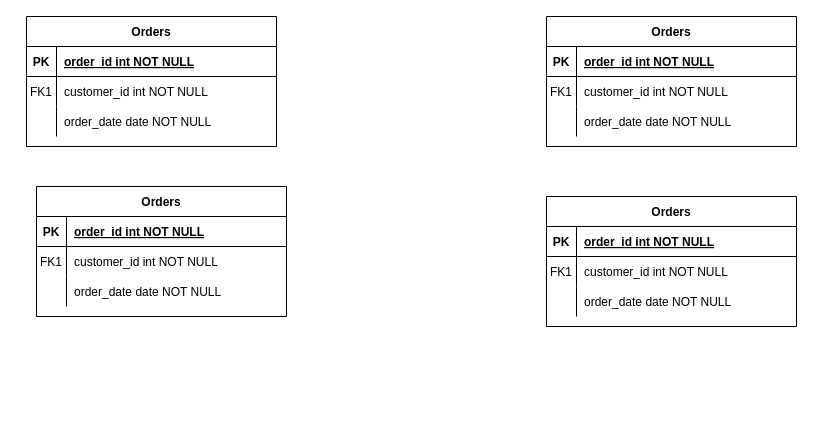
Before: Untitled Diagram.drawio in 1830443/1830443.github.io, a draw.io diagram. Source tidied: cells renumbered, new cells numbered last; positions are measured from the earlier drawing's top-left corner, leaving out a move shared by most shapes. Both pictures are drawn from the tidied source at 100%, with x=0, y=0 at pixel (26, 16).
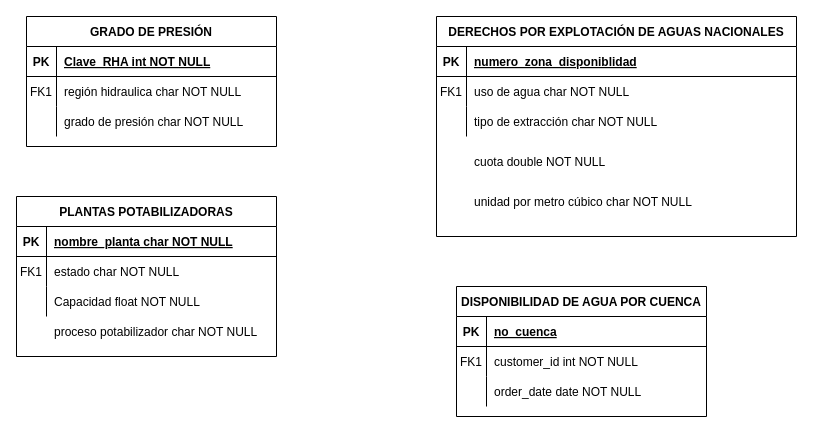
The same diagram, later.

Unchanged cells that the change refers to:
```xml
<mxCell id="3" style="shape=partialRectangle;fillColor=none;top=0;left=0;right=0;bottom=1;" parent="2" vertex="1">
  <mxGeometry y="30" width="250" height="30" as="geometry" />
</mxCell>
<mxCell id="6" style="shape=partialRectangle;fillColor=none;top=0;left=0;right=0;bottom=0;" parent="2" vertex="1">
  <mxGeometry y="60" width="250" height="30" as="geometry" />
</mxCell>
<mxCell id="9" style="shape=partialRectangle;fillColor=none;top=0;left=0;right=0;bottom=0;" parent="2" vertex="1">
  <mxGeometry y="90" width="250" height="30" as="geometry" />
</mxCell>
<mxCell id="23" style="shape=partialRectangle;fillColor=none;top=0;left=0;right=0;bottom=1;" parent="22" vertex="1">
  <mxGeometry y="30" width="250" height="30" as="geometry" />
</mxCell>
```

The edit, as a diff of the source:
```diff
@@
-    <mxCell id="2" value="Orders" style="shape=table;startSize=30;childLayout=tableLayout;rowLines=0;fontStyle=1;align=center;" parent="1" vertex="1">
+    <mxCell id="2" value="GRADO DE PRESIÓN" style="shape=table;startSize=30;childLayout=tableLayout;rowLines=0;fontStyle=1;align=center;" parent="1" vertex="1">
       <mxGeometry width="250" height="130" as="geometry" />
     </mxCell>
@@
-    <mxCell id="5" value="order_id int NOT NULL " style="shape=partialRectangle;overflow=hidden;fillColor=none;top=0;left=0;bottom=0;right=0;align=left;spacingLeft=6;fontStyle=5;" parent="3" vertex="1">
+    <mxCell id="5" value="Clave_RHA int NOT NULL" style="shape=partialRectangle;overflow=hidden;fillColor=none;top=0;left=0;bottom=0;right=0;align=left;spacingLeft=6;fontStyle=5;" parent="3" vertex="1">
       <mxGeometry x="30" width="220" height="30" as="geometry" />
     </mxCell>
@@
-    <mxCell id="8" value="customer_id int NOT NULL" style="shape=partialRectangle;overflow=hidden;fillColor=none;top=0;left=0;bottom=0;right=0;align=left;spacingLeft=6;" parent="6" vertex="1">
+    <mxCell id="8" value="región hidraulica char NOT NULL" style="shape=partialRectangle;overflow=hidden;fillColor=none;top=0;left=0;bottom=0;right=0;align=left;spacingLeft=6;" parent="6" vertex="1">
       <mxGeometry x="30" width="220" height="30" as="geometry" />
     </mxCell>
@@
-    <mxCell id="11" value="order_date date NOT NULL" style="shape=partialRectangle;overflow=hidden;fillColor=none;top=0;left=0;bottom=0;right=0;align=left;spacingLeft=6;" parent="9" vertex="1">
+    <mxCell id="11" value="grado de presión char NOT NULL" style="shape=partialRectangle;overflow=hidden;fillColor=none;top=0;left=0;bottom=0;right=0;align=left;spacingLeft=6;" parent="9" vertex="1">
       <mxGeometry x="30" width="220" height="30" as="geometry" />
     </mxCell>
-    <mxCell id="12" value="Orders" style="shape=table;startSize=30;childLayout=tableLayout;rowLines=0;fontStyle=1;align=center;" parent="1" vertex="1">
-      <mxGeometry x="10" y="170" width="250" height="130" as="geometry" />
+    <mxCell id="12" value="PLANTAS POTABILIZADORAS" style="shape=table;startSize=30;childLayout=tableLayout;rowLines=0;fontStyle=1;align=center;" parent="1" vertex="1">
+      <mxGeometry x="-10" y="180" width="260" height="160" as="geometry" />
     </mxCell>
     <mxCell id="13" style="shape=partialRectangle;fillColor=none;top=0;left=0;right=0;bottom=1;" parent="12" vertex="1">
-      <mxGeometry y="30" width="250" height="30" as="geometry" />
+      <mxGeometry y="30" width="260" height="30" as="geometry" />
     </mxCell>
@@
-    <mxCell id="15" value="order_id int NOT NULL " style="shape=partialRectangle;overflow=hidden;fillColor=none;top=0;left=0;bottom=0;right=0;align=left;spacingLeft=6;fontStyle=5;" parent="13" vertex="1">
-      <mxGeometry x="30" width="220" height="30" as="geometry" />
+    <mxCell id="15" value="nombre_planta char NOT NULL" style="shape=partialRectangle;overflow=hidden;fillColor=none;top=0;left=0;bottom=0;right=0;align=left;spacingLeft=6;fontStyle=5;" parent="13" vertex="1">
+      <mxGeometry x="30" width="230" height="30" as="geometry" />
     </mxCell>
     <mxCell id="16" style="shape=partialRectangle;fillColor=none;top=0;left=0;right=0;bottom=0;" parent="12" vertex="1">
-      <mxGeometry y="60" width="250" height="30" as="geometry" />
+      <mxGeometry y="60" width="260" height="30" as="geometry" />
     </mxCell>
@@
-    <mxCell id="18" value="customer_id int NOT NULL" style="shape=partialRectangle;overflow=hidden;fillColor=none;top=0;left=0;bottom=0;right=0;align=left;spacingLeft=6;" parent="16" vertex="1">
-      <mxGeometry x="30" width="220" height="30" as="geometry" />
+    <mxCell id="18" value="estado char NOT NULL" style="shape=partialRectangle;overflow=hidden;fillColor=none;top=0;left=0;bottom=0;right=0;align=left;spacingLeft=6;" parent="16" vertex="1">
+      <mxGeometry x="30" width="230" height="30" as="geometry" />
     </mxCell>
     <mxCell id="19" style="shape=partialRectangle;fillColor=none;top=0;left=0;right=0;bottom=0;" parent="12" vertex="1">
-      <mxGeometry y="90" width="250" height="30" as="geometry" />
+      <mxGeometry y="90" width="260" height="30" as="geometry" />
     </mxCell>
@@
-    <mxCell id="21" value="order_date date NOT NULL" style="shape=partialRectangle;overflow=hidden;fillColor=none;top=0;left=0;bottom=0;right=0;align=left;spacingLeft=6;" parent="19" vertex="1">
-      <mxGeometry x="30" width="220" height="30" as="geometry" />
+    <mxCell id="21" value="Capacidad float NOT NULL" style="shape=partialRectangle;overflow=hidden;fillColor=none;top=0;left=0;bottom=0;right=0;align=left;spacingLeft=6;" parent="19" vertex="1">
+      <mxGeometry x="30" width="230" height="30" as="geometry" />
     </mxCell>
-    <mxCell id="22" value="Orders" style="shape=table;startSize=30;childLayout=tableLayout;rowLines=0;fontStyle=1;align=center;" parent="1" vertex="1">
-      <mxGeometry x="520" y="180" width="250" height="130" as="geometry" />
+    <mxCell id="22" value="DISPONIBILIDAD DE AGUA POR CUENCA" style="shape=table;startSize=30;childLayout=tableLayout;rowLines=0;fontStyle=1;align=center;" parent="1" vertex="1">
+      <mxGeometry x="430" y="270" width="250" height="130" as="geometry" />
     </mxCell>
@@
-    <mxCell id="25" value="order_id int NOT NULL " style="shape=partialRectangle;overflow=hidden;fillColor=none;top=0;left=0;bottom=0;right=0;align=left;spacingLeft=6;fontStyle=5;" parent="23" vertex="1">
+    <mxCell id="25" value="no_cuenca" style="shape=partialRectangle;overflow=hidden;fillColor=none;top=0;left=0;bottom=0;right=0;align=left;spacingLeft=6;fontStyle=5;" parent="23" vertex="1">
       <mxGeometry x="30" width="220" height="30" as="geometry" />
     </mxCell>
@@
-    <mxCell id="32" value="Orders" style="shape=table;startSize=30;childLayout=tableLayout;rowLines=0;fontStyle=1;align=center;" parent="1" vertex="1">
-      <mxGeometry x="520" width="250" height="130" as="geometry" />
+    <mxCell id="32" value="DERECHOS POR EXPLOTACIÓN DE AGUAS NACIONALES" style="shape=table;startSize=30;childLayout=tableLayout;rowLines=0;fontStyle=1;align=center;" parent="1" vertex="1">
+      <mxGeometry x="410" width="360" height="220" as="geometry" />
     </mxCell>
     <mxCell id="33" style="shape=partialRectangle;fillColor=none;top=0;left=0;right=0;bottom=1;" parent="32" vertex="1">
-      <mxGeometry y="30" width="250" height="30" as="geometry" />
+      <mxGeometry y="30" width="360" height="30" as="geometry" />
     </mxCell>
@@
-    <mxCell id="35" value="order_id int NOT NULL " style="shape=partialRectangle;overflow=hidden;fillColor=none;top=0;left=0;bottom=0;right=0;align=left;spacingLeft=6;fontStyle=5;" parent="33" vertex="1">
-      <mxGeometry x="30" width="220" height="30" as="geometry" />
+    <mxCell id="35" value="numero_zona_disponiblidad" style="shape=partialRectangle;overflow=hidden;fillColor=none;top=0;left=0;bottom=0;right=0;align=left;spacingLeft=6;fontStyle=5;" parent="33" vertex="1">
+      <mxGeometry x="30" width="330" height="30" as="geometry" />
     </mxCell>
     <mxCell id="36" style="shape=partialRectangle;fillColor=none;top=0;left=0;right=0;bottom=0;" parent="32" vertex="1">
-      <mxGeometry y="60" width="250" height="30" as="geometry" />
+      <mxGeometry y="60" width="360" height="30" as="geometry" />
     </mxCell>
@@
-    <mxCell id="38" value="customer_id int NOT NULL" style="shape=partialRectangle;overflow=hidden;fillColor=none;top=0;left=0;bottom=0;right=0;align=left;spacingLeft=6;" parent="36" vertex="1">
-      <mxGeometry x="30" width="220" height="30" as="geometry" />
+    <mxCell id="38" value="uso de agua char NOT NULL" style="shape=partialRectangle;overflow=hidden;fillColor=none;top=0;left=0;bottom=0;right=0;align=left;spacingLeft=6;" parent="36" vertex="1">
+      <mxGeometry x="30" width="330" height="30" as="geometry" />
     </mxCell>
     <mxCell id="39" style="shape=partialRectangle;fillColor=none;top=0;left=0;right=0;bottom=0;" parent="32" vertex="1">
-      <mxGeometry y="90" width="250" height="30" as="geometry" />
+      <mxGeometry y="90" width="360" height="30" as="geometry" />
     </mxCell>
@@
-    <mxCell id="41" value="order_date date NOT NULL" style="shape=partialRectangle;overflow=hidden;fillColor=none;top=0;left=0;bottom=0;right=0;align=left;spacingLeft=6;" parent="39" vertex="1">
-      <mxGeometry x="30" width="220" height="30" as="geometry" />
+    <mxCell id="41" value="tipo de extracción char NOT NULL" style="shape=partialRectangle;overflow=hidden;fillColor=none;top=0;left=0;bottom=0;right=0;align=left;spacingLeft=6;" parent="39" vertex="1">
+      <mxGeometry x="30" width="330" height="30" as="geometry" />
     </mxCell>
+    <mxCell id="42" value="proceso potabilizador char NOT NULL" style="shape=partialRectangle;overflow=hidden;fillColor=none;top=0;left=0;bottom=0;right=0;align=left;spacingLeft=6;" parent="1" vertex="1">
+      <mxGeometry x="20" y="300" width="220" height="30" as="geometry" />
+    </mxCell>
+    <mxCell id="43" value="cuota double NOT NULL" style="shape=partialRectangle;overflow=hidden;fillColor=none;top=0;left=0;bottom=0;right=0;align=left;spacingLeft=6;" parent="1" vertex="1">
+      <mxGeometry x="440" y="130" width="330" height="30" as="geometry" />
+    </mxCell>
+    <mxCell id="44" value="unidad por metro cúbico char NOT NULL" style="shape=partialRectangle;overflow=hidden;fillColor=none;top=0;left=0;bottom=0;right=0;align=left;spacingLeft=6;" parent="1" vertex="1">
+      <mxGeometry x="440" y="170" width="330" height="30" as="geometry" />
+    </mxCell>
```
